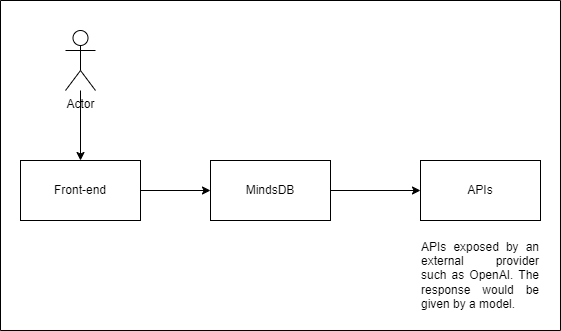
Above: high_level_diagram.drawio.png in SebastianJames55/mind-reader (draw.io), before the change. Source tidied: cells renumbered, new cells last; positions are measured from the earlier drawing's top-left corner, leaving out a move shared by most shapes. Source of this version:
```xml
<mxGraphModel>
  <root>
    <mxCell id="0" />
    <mxCell id="1" parent="0" />
    <mxCell id="2" style="edgeStyle=orthogonalEdgeStyle;rounded=0;jettySize=auto;html=1;" parent="1" edge="1" source="3" target="7">
      <mxGeometry relative="1" as="geometry" />
    </mxCell>
    <mxCell id="3" value="Front-end" style="rounded=0;whiteSpace=wrap;html=1;fillColor=none;" parent="1" vertex="1">
      <mxGeometry x="20" y="160" width="120" height="60" as="geometry" />
    </mxCell>
    <mxCell id="4" style="edgeStyle=orthogonalEdgeStyle;rounded=0;jettySize=auto;html=1;" parent="1" edge="1" source="5" target="3">
      <mxGeometry relative="1" as="geometry" />
    </mxCell>
    <mxCell id="5" value="Actor" style="shape=umlActor;verticalLabelPosition=bottom;verticalAlign=top;html=1;outlineConnect=0;" parent="1" vertex="1">
      <mxGeometry x="65" y="30" width="30" height="60" as="geometry" />
    </mxCell>
    <mxCell id="6" style="edgeStyle=orthogonalEdgeStyle;rounded=0;jettySize=auto;html=1;" parent="1" edge="1" source="7" target="8">
      <mxGeometry relative="1" as="geometry" />
    </mxCell>
    <mxCell id="7" value="MindsDB" style="rounded=0;whiteSpace=wrap;html=1;fillColor=none;" parent="1" vertex="1">
      <mxGeometry x="210" y="160" width="120" height="60" as="geometry" />
    </mxCell>
    <mxCell id="8" value="APIs" style="rounded=0;whiteSpace=wrap;html=1;fillColor=none;" parent="1" vertex="1">
      <mxGeometry x="420" y="160" width="120" height="60" as="geometry" />
    </mxCell>
    <mxCell id="9" value="&lt;div style=&quot;text-align: justify;&quot;&gt;&lt;span style=&quot;background-color: initial;&quot;&gt;APIs exposed by an external provider such as OpenAI. The response would be given by a model.&amp;nbsp;&lt;/span&gt;&lt;/div&gt;" style="text;strokeColor=none;align=center;fillColor=none;html=1;verticalAlign=middle;whiteSpace=wrap;rounded=0;" parent="1" vertex="1">
      <mxGeometry x="420" y="230" width="120" height="90" as="geometry" />
    </mxCell>
    <mxCell id="10" style="swimlane;startSize=0;" parent="1" vertex="1">
      <mxGeometry width="560" height="330" as="geometry" />
    </mxCell>
  </root>
</mxGraphModel>
```
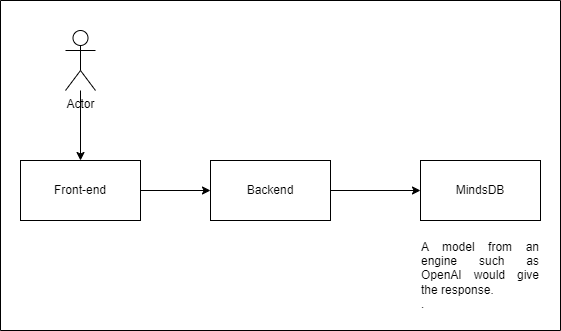
After the change.

Change to the diagram source:
```diff
@@ -17,13 +17,13 @@
     <mxCell id="6" style="edgeStyle=orthogonalEdgeStyle;rounded=0;jettySize=auto;html=1;" parent="1" edge="1" source="7" target="8">
       <mxGeometry relative="1" as="geometry" />
     </mxCell>
-    <mxCell id="7" value="MindsDB" style="rounded=0;whiteSpace=wrap;html=1;fillColor=none;" parent="1" vertex="1">
+    <mxCell id="7" value="Backend" style="rounded=0;whiteSpace=wrap;html=1;fillColor=none;" parent="1" vertex="1">
       <mxGeometry x="210" y="160" width="120" height="60" as="geometry" />
     </mxCell>
-    <mxCell id="8" value="APIs" style="rounded=0;whiteSpace=wrap;html=1;fillColor=none;" parent="1" vertex="1">
+    <mxCell id="8" value="MindsDB" style="rounded=0;whiteSpace=wrap;html=1;fillColor=none;" parent="1" vertex="1">
       <mxGeometry x="420" y="160" width="120" height="60" as="geometry" />
     </mxCell>
-    <mxCell id="9" value="&lt;div style=&quot;text-align: justify;&quot;&gt;&lt;span style=&quot;background-color: initial;&quot;&gt;APIs exposed by an external provider such as OpenAI. The response would be given by a model.&amp;nbsp;&lt;/span&gt;&lt;/div&gt;" style="text;strokeColor=none;align=center;fillColor=none;html=1;verticalAlign=middle;whiteSpace=wrap;rounded=0;" parent="1" vertex="1">
+    <mxCell id="9" value="&lt;div style=&quot;text-align: justify;&quot;&gt;A model from an engine such as OpenAI would give the response.&amp;nbsp;&lt;/div&gt;&lt;div style=&quot;text-align: justify;&quot;&gt;&lt;span style=&quot;background-color: initial;&quot;&gt;.&lt;/span&gt;&lt;/div&gt;" style="text;strokeColor=none;align=center;fillColor=none;html=1;verticalAlign=middle;whiteSpace=wrap;rounded=0;" parent="1" vertex="1">
       <mxGeometry x="420" y="230" width="120" height="90" as="geometry" />
     </mxCell>
     <mxCell id="10" style="swimlane;startSize=0;" parent="1" vertex="1">
```
